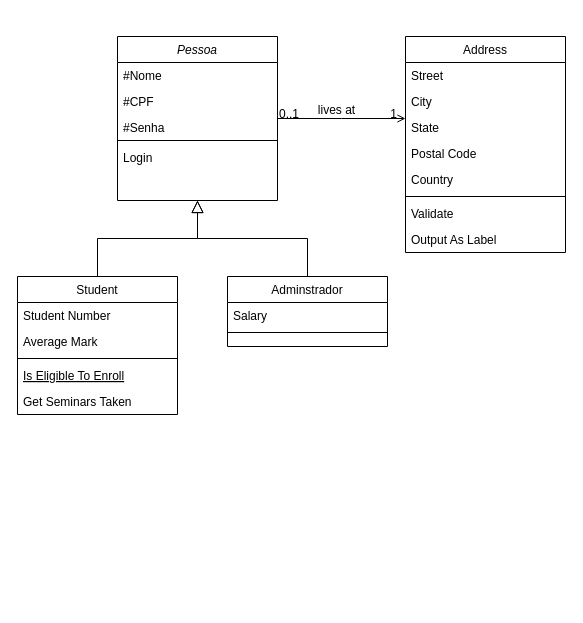
This is DiagramaClasses.drawio from rotkis/CriptoExchange, a draw.io file, before an edit. Source tidied: cells renumbered, new cells numbered last; positions are measured from the earlier drawing's top-left corner, leaving out a move shared by most shapes. Both pictures are drawn from the tidied source at 100%, with x=0, y=0 at pixel (17, 36).
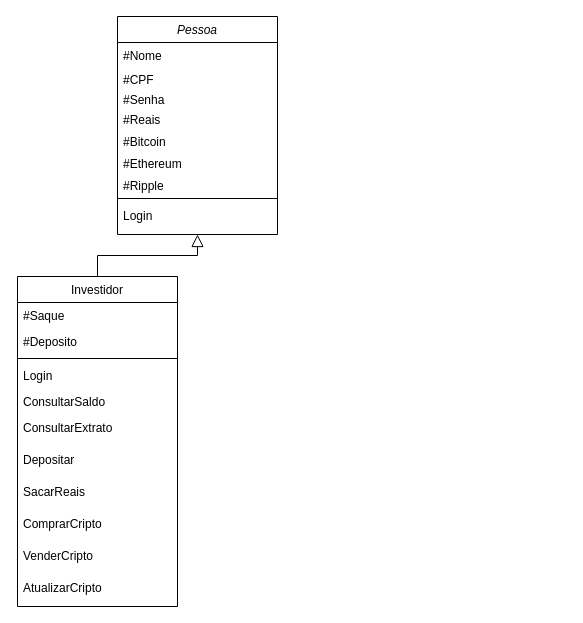
After the change.

What changed in the source:
```diff
@@
     <mxCell id="2" value="Pessoa" style="swimlane;fontStyle=2;align=center;verticalAlign=top;horizontal=1;startSize=26;rounded=0;shadow=0;strokeWidth=1;" parent="1" vertex="1">
-      <mxGeometry x="100" width="160" height="164" as="geometry" />
+      <mxGeometry x="100" y="-20" width="160" height="218" as="geometry" />
     </mxCell>
     <mxCell id="3" value="#Nome&#10;" style="text;align=left;verticalAlign=top;spacingLeft=4;spacingRight=4;overflow=hidden;" parent="2" vertex="1">
-      <mxGeometry y="26" width="160" height="26" as="geometry" />
+      <mxGeometry y="26" width="160" height="24" as="geometry" />
     </mxCell>
     <mxCell id="4" value="#CPF" style="text;align=left;verticalAlign=top;spacingLeft=4;spacingRight=4;overflow=hidden;rounded=0;shadow=0;html=0;" parent="2" vertex="1">
-      <mxGeometry y="52" width="160" height="26" as="geometry" />
+      <mxGeometry y="50" width="160" height="20" as="geometry" />
     </mxCell>
     <mxCell id="5" value="#Senha&#10;" style="text;align=left;verticalAlign=top;spacingLeft=4;spacingRight=4;overflow=hidden;rounded=0;shadow=0;html=0;" parent="2" vertex="1">
-      <mxGeometry y="78" width="160" height="22" as="geometry" />
+      <mxGeometry y="70" width="160" height="20" as="geometry" />
     </mxCell>
+    <mxCell id="32" value="#Reais&#10;" style="text;align=left;verticalAlign=top;spacingLeft=4;spacingRight=4;overflow=hidden;rounded=0;shadow=0;html=0;" parent="2" vertex="1">
+      <mxGeometry y="90" width="160" height="22" as="geometry" />
+    </mxCell>
+    <mxCell id="33" value="#Bitcoin&#10;" style="text;align=left;verticalAlign=top;spacingLeft=4;spacingRight=4;overflow=hidden;rounded=0;shadow=0;html=0;" parent="2" vertex="1">
+      <mxGeometry y="112" width="160" height="22" as="geometry" />
+    </mxCell>
+    <mxCell id="34" value="#Ethereum&#10;" style="text;align=left;verticalAlign=top;spacingLeft=4;spacingRight=4;overflow=hidden;rounded=0;shadow=0;html=0;" parent="2" vertex="1">
+      <mxGeometry y="134" width="160" height="22" as="geometry" />
+    </mxCell>
+    <mxCell id="35" value="#Ripple&#10;" style="text;align=left;verticalAlign=top;spacingLeft=4;spacingRight=4;overflow=hidden;rounded=0;shadow=0;html=0;" parent="2" vertex="1">
+      <mxGeometry y="156" width="160" height="22" as="geometry" />
+    </mxCell>
     <mxCell id="6" style="line;html=1;strokeWidth=1;align=left;verticalAlign=middle;spacingTop=-1;spacingLeft=3;spacingRight=3;labelPosition=right;" parent="2" vertex="1">
-      <mxGeometry y="100" width="160" height="8" as="geometry" />
+      <mxGeometry y="178" width="160" height="8" as="geometry" />
     </mxCell>
     <mxCell id="7" value="Login" style="text;align=left;verticalAlign=top;spacingLeft=4;spacingRight=4;overflow=hidden;points=[[0,0.5],[1,0.5]];portConstraint=eastwest;" parent="2" vertex="1">
-      <mxGeometry y="108" width="160" height="26" as="geometry" />
+      <mxGeometry y="186" width="160" height="32" as="geometry" />
     </mxCell>
-    <mxCell id="8" value="Student" style="swimlane;fontStyle=0;align=center;verticalAlign=top;horizontal=1;startSize=26;rounded=0;shadow=0;strokeWidth=1;" parent="1" vertex="1">
-      <mxGeometry y="240" width="160" height="138" as="geometry" />
+    <mxCell id="8" value="Investidor" style="swimlane;fontStyle=0;align=center;verticalAlign=top;horizontal=1;startSize=26;rounded=0;shadow=0;strokeWidth=1;" parent="1" vertex="1">
+      <mxGeometry y="240" width="160" height="330" as="geometry" />
     </mxCell>
-    <mxCell id="9" value="Student Number" style="text;align=left;verticalAlign=top;spacingLeft=4;spacingRight=4;overflow=hidden;" parent="8" vertex="1">
+    <mxCell id="9" value="#Saque" style="text;align=left;verticalAlign=top;spacingLeft=4;spacingRight=4;overflow=hidden;" parent="8" vertex="1">
       <mxGeometry y="26" width="160" height="26" as="geometry" />
     </mxCell>
-    <mxCell id="10" value="Average Mark" style="text;align=left;verticalAlign=top;spacingLeft=4;spacingRight=4;overflow=hidden;rounded=0;shadow=0;html=0;" parent="8" vertex="1">
+    <mxCell id="10" value="#Deposito" style="text;align=left;verticalAlign=top;spacingLeft=4;spacingRight=4;overflow=hidden;rounded=0;shadow=0;html=0;" parent="8" vertex="1">
       <mxGeometry y="52" width="160" height="26" as="geometry" />
     </mxCell>
@@
-    <mxCell id="12" value="Is Eligible To Enroll" style="text;align=left;verticalAlign=top;spacingLeft=4;spacingRight=4;overflow=hidden;fontStyle=4;" parent="8" vertex="1">
+    <mxCell id="12" value="Login" style="text;align=left;verticalAlign=top;spacingLeft=4;spacingRight=4;overflow=hidden;fontStyle=0;" parent="8" vertex="1">
       <mxGeometry y="86" width="160" height="26" as="geometry" />
     </mxCell>
-    <mxCell id="13" value="Get Seminars Taken" style="text;align=left;verticalAlign=top;spacingLeft=4;spacingRight=4;overflow=hidden;" parent="8" vertex="1">
+    <mxCell id="13" value="ConsultarSaldo&#10;" style="text;align=left;verticalAlign=top;spacingLeft=4;spacingRight=4;overflow=hidden;" parent="8" vertex="1">
       <mxGeometry y="112" width="160" height="26" as="geometry" />
     </mxCell>
+    <mxCell id="36" value="ConsultarExtrato" style="text;align=left;verticalAlign=top;spacingLeft=4;spacingRight=4;overflow=hidden;" parent="8" vertex="1">
+      <mxGeometry y="138" width="160" height="32" as="geometry" />
+    </mxCell>
+    <mxCell id="37" value="Depositar" style="text;align=left;verticalAlign=top;spacingLeft=4;spacingRight=4;overflow=hidden;" parent="8" vertex="1">
+      <mxGeometry y="170" width="160" height="32" as="geometry" />
+    </mxCell>
+    <mxCell id="38" value="SacarReais" style="text;align=left;verticalAlign=top;spacingLeft=4;spacingRight=4;overflow=hidden;" parent="8" vertex="1">
+      <mxGeometry y="202" width="160" height="32" as="geometry" />
+    </mxCell>
+    <mxCell id="39" value="ComprarCripto" style="text;align=left;verticalAlign=top;spacingLeft=4;spacingRight=4;overflow=hidden;" parent="8" vertex="1">
+      <mxGeometry y="234" width="160" height="32" as="geometry" />
+    </mxCell>
+    <mxCell id="40" value="VenderCripto" style="text;align=left;verticalAlign=top;spacingLeft=4;spacingRight=4;overflow=hidden;" parent="8" vertex="1">
+      <mxGeometry y="266" width="160" height="32" as="geometry" />
+    </mxCell>
+    <mxCell id="41" value="AtualizarCripto" style="text;align=left;verticalAlign=top;spacingLeft=4;spacingRight=4;overflow=hidden;" parent="8" vertex="1">
+      <mxGeometry y="298" width="160" height="32" as="geometry" />
+    </mxCell>
-    <mxCell id="14" style="endArrow=block;endSize=10;endFill=0;shadow=0;strokeWidth=1;rounded=0;curved=0;edgeStyle=elbowEdgeStyle;elbow=vertical;" parent="1" edge="1" source="8" target="2">
+    <mxCell id="14" style="endArrow=block;endSize=10;endFill=0;shadow=0;strokeWidth=1;rounded=0;curved=0;edgeStyle=elbowEdgeStyle;elbow=vertical;entryX=0.5;entryY=1;entryDx=0;entryDy=0;entryPerimeter=0;" parent="1" edge="1" source="8" target="7">
       <mxGeometry relative="1" as="geometry" />
     </mxCell>
-    <mxCell id="15" value="Adminstrador" style="swimlane;fontStyle=0;align=center;verticalAlign=top;horizontal=1;startSize=26;rounded=0;shadow=0;strokeWidth=1;" parent="1" vertex="1">
-      <mxGeometry x="210" y="240" width="160" height="70" as="geometry" />
-    </mxCell>
-    <mxCell id="16" value="Salary" style="text;align=left;verticalAlign=top;spacingLeft=4;spacingRight=4;overflow=hidden;" parent="15" vertex="1">
-      <mxGeometry y="26" width="160" height="26" as="geometry" />
-    </mxCell>
-    <mxCell id="17" style="line;html=1;strokeWidth=1;align=left;verticalAlign=middle;spacingTop=-1;spacingLeft=3;spacingRight=3;labelPosition=right;" parent="15" vertex="1">
-      <mxGeometry y="52" width="160" height="8" as="geometry" />
-    </mxCell>
-    <mxCell id="18" style="endArrow=block;endSize=10;endFill=0;shadow=0;strokeWidth=1;rounded=0;curved=0;edgeStyle=elbowEdgeStyle;elbow=vertical;" parent="1" edge="1" source="15" target="2">
-      <mxGeometry relative="1" as="geometry" />
-    </mxCell>
-    <mxCell id="19" value="Address" style="swimlane;fontStyle=0;align=center;verticalAlign=top;horizontal=1;startSize=26;rounded=0;shadow=0;strokeWidth=1;" parent="1" vertex="1">
-      <mxGeometry x="388" width="160" height="216" as="geometry" />
-    </mxCell>
-    <mxCell id="20" value="Street" style="text;align=left;verticalAlign=top;spacingLeft=4;spacingRight=4;overflow=hidden;" parent="19" vertex="1">
-      <mxGeometry y="26" width="160" height="26" as="geometry" />
-    </mxCell>
-    <mxCell id="21" value="City" style="text;align=left;verticalAlign=top;spacingLeft=4;spacingRight=4;overflow=hidden;rounded=0;shadow=0;html=0;" parent="19" vertex="1">
-      <mxGeometry y="52" width="160" height="26" as="geometry" />
-    </mxCell>
-    <mxCell id="22" value="State" style="text;align=left;verticalAlign=top;spacingLeft=4;spacingRight=4;overflow=hidden;rounded=0;shadow=0;html=0;" parent="19" vertex="1">
-      <mxGeometry y="78" width="160" height="26" as="geometry" />
-    </mxCell>
-    <mxCell id="23" value="Postal Code" style="text;align=left;verticalAlign=top;spacingLeft=4;spacingRight=4;overflow=hidden;rounded=0;shadow=0;html=0;" parent="19" vertex="1">
-      <mxGeometry y="104" width="160" height="26" as="geometry" />
-    </mxCell>
-    <mxCell id="24" value="Country" style="text;align=left;verticalAlign=top;spacingLeft=4;spacingRight=4;overflow=hidden;rounded=0;shadow=0;html=0;" parent="19" vertex="1">
-      <mxGeometry y="130" width="160" height="26" as="geometry" />
-    </mxCell>
-    <mxCell id="25" style="line;html=1;strokeWidth=1;align=left;verticalAlign=middle;spacingTop=-1;spacingLeft=3;spacingRight=3;labelPosition=right;" parent="19" vertex="1">
-      <mxGeometry y="156" width="160" height="8" as="geometry" />
-    </mxCell>
-    <mxCell id="26" value="Validate" style="text;align=left;verticalAlign=top;spacingLeft=4;spacingRight=4;overflow=hidden;" parent="19" vertex="1">
-      <mxGeometry y="164" width="160" height="26" as="geometry" />
-    </mxCell>
-    <mxCell id="27" value="Output As Label" style="text;align=left;verticalAlign=top;spacingLeft=4;spacingRight=4;overflow=hidden;" parent="19" vertex="1">
-      <mxGeometry y="190" width="160" height="26" as="geometry" />
-    </mxCell>
-    <mxCell id="28" style="endArrow=open;shadow=0;strokeWidth=1;rounded=0;curved=0;endFill=1;edgeStyle=elbowEdgeStyle;elbow=vertical;" parent="1" edge="1" source="2" target="19">
-      <mxGeometry x="0.5" y="41" relative="1" as="geometry">
-        <mxPoint x="-40" y="32" as="offset" />
-      </mxGeometry>
-    </mxCell>
-    <mxCell id="29" value="0..1" style="align=left;verticalAlign=bottom;labelBackgroundColor=none;fontSize=12;" parent="28" vertex="1">
-      <mxGeometry x="-1" relative="1" as="geometry">
-        <mxPoint y="4" as="offset" />
-      </mxGeometry>
-    </mxCell>
-    <mxCell id="30" value="1" style="align=right;verticalAlign=bottom;labelBackgroundColor=none;fontSize=12;" parent="28" vertex="1">
-      <mxGeometry x="1" relative="1" as="geometry">
-        <mxPoint x="-7" y="4" as="offset" />
-      </mxGeometry>
-    </mxCell>
-    <mxCell id="31" value="lives at" style="text;html=1;align=center;verticalAlign=middle;labelBackgroundColor=none;rounded=0;shadow=0;strokeWidth=1;fontSize=12;" parent="28" vertex="1">
-      <mxGeometry x="0.5" y="49" relative="1" as="geometry">
-        <mxPoint x="-38" y="40" as="offset" />
-      </mxGeometry>
-    </mxCell>
```
